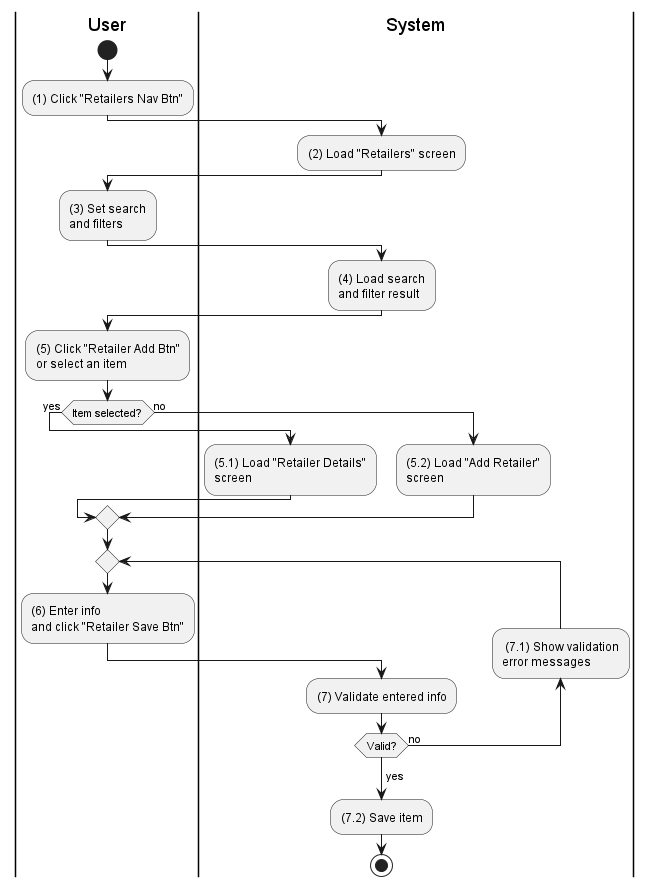
This is activities/retailer-manage.png from phihungha/scmss-reqs, a PlantUML export, as it was before one commit.
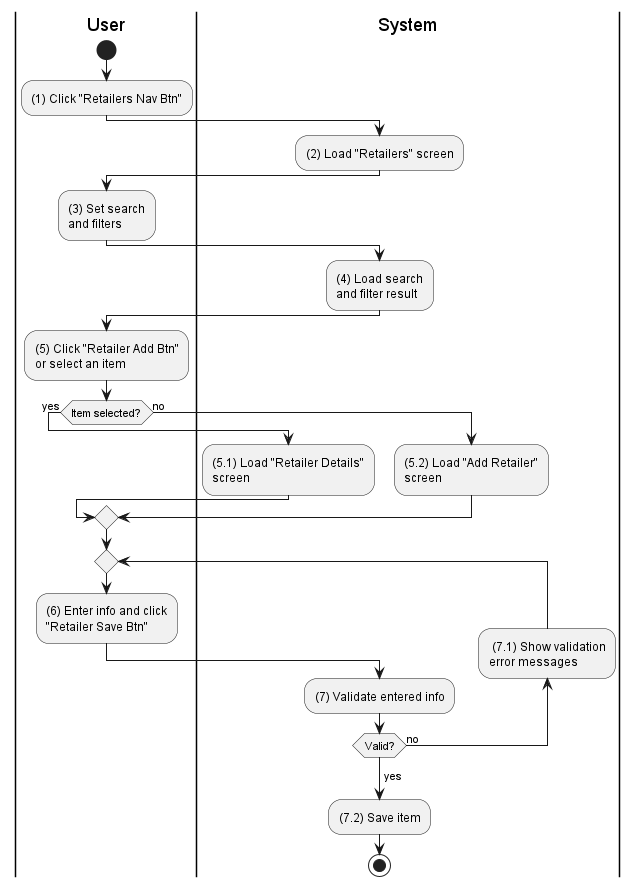
The same diagram one commit later.

What changed in the source:
```diff
@@ -27,7 +27,7 @@
 
 |u|
 repeat
-    :(6) Enter info\nand click "Retailer Save Btn";
+    :(6) Enter info and click\n"Retailer Save Btn";
 
     |s|
     :(7) Validate entered info;
```
